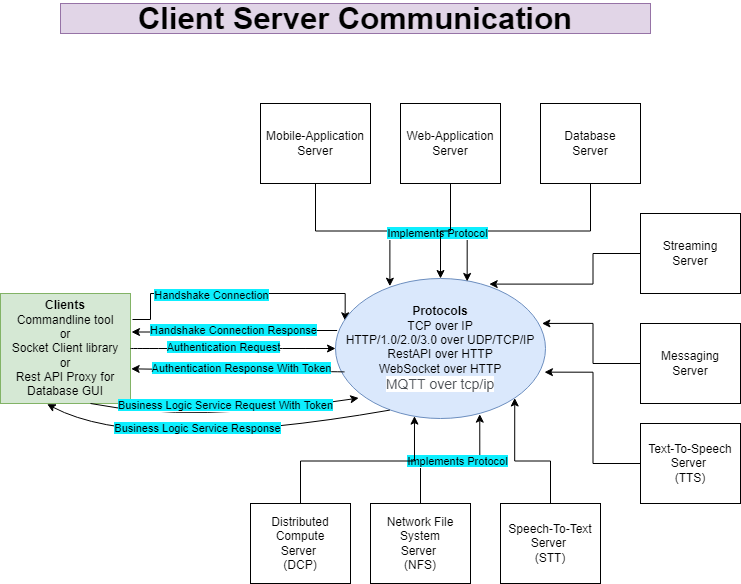
The draw.io diagram ClientServerCommunication.drawio.png in rishant/system-design-architecture, before a commit. Source tidied: cells renumbered, new cells last; positions are measured from the earlier drawing's top-left corner, leaving out a move shared by most shapes. Source of this version:
```xml
<mxGraphModel>
  <root>
    <mxCell id="0" />
    <mxCell id="1" parent="0" />
    <mxCell id="2" style="edgeStyle=orthogonalEdgeStyle;rounded=0;jettySize=auto;html=1;entryX=0.046;entryY=0.302;entryDx=0;entryDy=0;entryPerimeter=0;" parent="1" edge="1" target="7">
      <mxGeometry relative="1" as="geometry">
        <mxPoint x="132" y="316" as="sourcePoint" />
        <Array as="points">
          <mxPoint x="150" y="316" />
          <mxPoint x="150" y="290" />
          <mxPoint x="345" y="290" />
        </Array>
      </mxGeometry>
    </mxCell>
    <mxCell id="3" value="&lt;span style=&quot;background-color: rgb(13 , 239 , 255)&quot;&gt;Handshake Connection&lt;/span&gt;" style="edgeLabel;html=1;align=center;verticalAlign=middle;" parent="2" vertex="1">
      <mxGeometry x="-0.35" y="-1" relative="1" as="geometry">
        <mxPoint x="17" as="offset" />
      </mxGeometry>
    </mxCell>
    <mxCell id="4" value="&lt;b&gt;Clients&lt;/b&gt;&lt;br&gt;Commandline tool&lt;br&gt;or&lt;br&gt;Socket Client library&lt;br&gt;or&lt;br&gt;Rest API Proxy for Database GUI" style="rounded=0;whiteSpace=wrap;html=1;fillColor=#d5e8d4;strokeColor=#82b366;" parent="1" vertex="1">
      <mxGeometry y="290" width="130" height="110" as="geometry" />
    </mxCell>
    <mxCell id="5" style="edgeStyle=orthogonalEdgeStyle;rounded=0;orthogonalLoop=1;jettySize=auto;html=1;entryX=1;entryY=0.75;entryDx=0;entryDy=0;exitX=0.003;exitY=0.38;exitDx=0;exitDy=0;exitPerimeter=0;" parent="1" edge="1">
      <mxGeometry relative="1" as="geometry">
        <mxPoint x="336.6" y="327" as="sourcePoint" />
        <mxPoint x="131" y="328.5" as="targetPoint" />
        <Array as="points">
          <mxPoint x="201" y="327" />
          <mxPoint x="201" y="329" />
        </Array>
      </mxGeometry>
    </mxCell>
    <mxCell id="6" value="&lt;span style=&quot;background-color: rgb(13 , 239 , 255)&quot;&gt;Handshake Connection Response&lt;/span&gt;" style="edgeLabel;html=1;align=center;verticalAlign=middle;" parent="5" vertex="1">
      <mxGeometry x="0.29" y="-1" relative="1" as="geometry">
        <mxPoint x="29" as="offset" />
      </mxGeometry>
    </mxCell>
    <mxCell id="7" value="&lt;span&gt;&lt;b&gt;Protocols&lt;/b&gt;&lt;/span&gt;&lt;br&gt;&lt;span&gt;TCP over IP&lt;/span&gt;&lt;br&gt;&lt;span&gt;HTTP/1.0/2.0/3.0 over UDP/TCP/IP&lt;/span&gt;&lt;br&gt;&lt;span&gt;RestAPI over HTTP&lt;br&gt;WebSocket over HTTP&lt;br&gt;&lt;/span&gt;&lt;span style=&quot;color: rgb(77 , 81 , 86) ; font-family: &amp;#34;arial&amp;#34; , sans-serif ; font-size: 14px ; text-align: left ; background-color: rgb(255 , 255 , 255)&quot;&gt;MQTT over tcp/ip&lt;/span&gt;&lt;span&gt;&lt;br&gt;&lt;/span&gt;" style="ellipse;whiteSpace=wrap;html=1;fillColor=#dae8fc;strokeColor=#6c8ebf;" parent="1" vertex="1">
      <mxGeometry x="335" y="275" width="210" height="140" as="geometry" />
    </mxCell>
    <mxCell id="8" style="edgeStyle=orthogonalEdgeStyle;rounded=0;jettySize=auto;html=1;entryX=0.627;entryY=0.021;entryDx=0;entryDy=0;entryPerimeter=0;" parent="1" edge="1" source="9" target="7">
      <mxGeometry relative="1" as="geometry" />
    </mxCell>
    <mxCell id="9" value="Database&lt;br&gt;Server" style="rounded=0;whiteSpace=wrap;html=1;" parent="1" vertex="1">
      <mxGeometry x="540" y="100" width="100" height="80" as="geometry" />
    </mxCell>
    <mxCell id="10" style="edgeStyle=orthogonalEdgeStyle;rounded=0;jettySize=auto;html=1;entryX=0.259;entryY=0.055;entryDx=0;entryDy=0;entryPerimeter=0;" parent="1" edge="1" source="12" target="7">
      <mxGeometry relative="1" as="geometry" />
    </mxCell>
    <mxCell id="11" value="&lt;span style=&quot;background-color: rgb(13 , 239 , 255)&quot;&gt;Implements Protocol&lt;/span&gt;" style="edgeLabel;html=1;align=center;verticalAlign=middle;" parent="10" vertex="1">
      <mxGeometry x="0.1" y="-2" relative="1" as="geometry">
        <mxPoint x="72" as="offset" />
      </mxGeometry>
    </mxCell>
    <mxCell id="12" value="Mobile-Application&lt;br&gt;Server" style="rounded=0;whiteSpace=wrap;html=1;" parent="1" vertex="1">
      <mxGeometry x="260" y="100" width="110" height="80" as="geometry" />
    </mxCell>
    <mxCell id="13" style="edgeStyle=orthogonalEdgeStyle;rounded=0;jettySize=auto;html=1;entryX=0.732;entryY=0.04;entryDx=0;entryDy=0;entryPerimeter=0;" parent="1" edge="1" source="14" target="7">
      <mxGeometry relative="1" as="geometry" />
    </mxCell>
    <mxCell id="14" value="Streaming&lt;br&gt;Server" style="rounded=0;whiteSpace=wrap;html=1;" parent="1" vertex="1">
      <mxGeometry x="640" y="210" width="100" height="80" as="geometry" />
    </mxCell>
    <mxCell id="15" style="edgeStyle=orthogonalEdgeStyle;rounded=0;jettySize=auto;html=1;entryX=0.983;entryY=0.321;entryDx=0;entryDy=0;entryPerimeter=0;" parent="1" edge="1" source="16" target="7">
      <mxGeometry relative="1" as="geometry" />
    </mxCell>
    <mxCell id="16" value="Messaging&lt;br&gt;Server" style="rounded=0;whiteSpace=wrap;html=1;" parent="1" vertex="1">
      <mxGeometry x="640" y="320" width="100" height="80" as="geometry" />
    </mxCell>
    <mxCell id="17" style="edgeStyle=orthogonalEdgeStyle;rounded=0;jettySize=auto;html=1;entryX=0.995;entryY=0.669;entryDx=0;entryDy=0;entryPerimeter=0;" parent="1" edge="1" source="18" target="7">
      <mxGeometry relative="1" as="geometry" />
    </mxCell>
    <mxCell id="18" value="Text-To-Speech&lt;br&gt;Server &lt;br&gt;(TTS)" style="rounded=0;whiteSpace=wrap;html=1;" parent="1" vertex="1">
      <mxGeometry x="640" y="420" width="100" height="80" as="geometry" />
    </mxCell>
    <mxCell id="19" style="edgeStyle=orthogonalEdgeStyle;rounded=0;jettySize=auto;html=1;entryX=1;entryY=1;entryDx=0;entryDy=0;" parent="1" edge="1" source="20" target="7">
      <mxGeometry relative="1" as="geometry" />
    </mxCell>
    <mxCell id="20" value="Speech-To-Text&lt;br&gt;Server &lt;br&gt;(STT)" style="rounded=0;whiteSpace=wrap;html=1;" parent="1" vertex="1">
      <mxGeometry x="500" y="500" width="100" height="80" as="geometry" />
    </mxCell>
    <mxCell id="21" style="edgeStyle=orthogonalEdgeStyle;rounded=0;jettySize=auto;html=1;" parent="1" edge="1" source="22" target="7">
      <mxGeometry relative="1" as="geometry" />
    </mxCell>
    <mxCell id="22" value="Web-Application&lt;br&gt;Server" style="rounded=0;whiteSpace=wrap;html=1;" parent="1" vertex="1">
      <mxGeometry x="400" y="100" width="100" height="80" as="geometry" />
    </mxCell>
    <mxCell id="23" style="edgeStyle=orthogonalEdgeStyle;rounded=0;jettySize=auto;html=1;entryX=0.687;entryY=0.969;entryDx=0;entryDy=0;entryPerimeter=0;" parent="1" edge="1" source="26" target="7">
      <mxGeometry relative="1" as="geometry" />
    </mxCell>
    <mxCell id="24" value="&lt;span style=&quot;color: rgba(0 , 0 , 0 , 0) ; font-family: monospace ; font-size: 0px ; background-color: rgb(248 , 249 , 250)&quot;&gt;%3CmxGraphModel%3E%3Croot%3E%3CmxCell%20id%3D%220%22%2F%3E%3CmxCell%20id%3D%221%22%20parent%3D%220%22%2F%3E%3CmxCell%20id%3D%222%22%20value%3D%22Implements%20Protocol%22%20style%3D%22edgeLabel%3Bhtml%3D1%3Balign%3Dcenter%3BverticalAlign%3Dmiddle%3Bresizable%3D0%3Bpoints%3D%5B%5D%3B%22%20vertex%3D%221%22%20connectable%3D%220%22%20parent%3D%221%22%3E%3CmxGeometry%20x%3D%22374.5%22%20y%3D%2259.5%22%20as%3D%22geometry%22%2F%3E%3C%2FmxCell%3E%3C%2Froot%3E%3C%2FmxGraphModel%3&lt;/span&gt;&lt;span style=&quot;color: rgba(0 , 0 , 0 , 0) ; font-family: monospace ; font-size: 0px ; background-color: rgb(248 , 249 , 250)&quot;&gt;%3CmxGraphModel%3E%3Croot%3E%3CmxCell%20id%3D%220%22%2F%3E%3CmxCell%20id%3D%221%22%20parent%3D%220%22%2F%3E%3CmxCell%20id%3D%222%22%20value%3D%22Implements%20Protocol%22%20style%3D%22edgeLabel%3Bhtml%3D1%3Balign%3Dcenter%3BverticalAlign%3Dmiddle%3Bresizable%3D0%3Bpoints%3D%5B%5D%3B%22%20vertex%3D%221%22%20connectable%3D%220%22%20parent%3D%221%22%3E%3CmxGeometry%20x%3D%22374.5%22%20y%3D%2259.5%22%20as%3D%22geometry%22%2F%3E%3C%2FmxCell%3E%3C%2Froot%3E%3C%2FmxGraphModel%3E&lt;/span&gt;" style="edgeLabel;html=1;align=center;verticalAlign=middle;" parent="23" vertex="1">
      <mxGeometry x="-0.55" y="-1" relative="1" as="geometry" />
    </mxCell>
    <mxCell id="25" value="&lt;span style=&quot;background-color: rgb(13 , 239 , 255)&quot;&gt;Implements Protocol&lt;/span&gt;" style="edgeLabel;html=1;align=center;verticalAlign=middle;" parent="23" vertex="1">
      <mxGeometry x="-0.5" relative="1" as="geometry">
        <mxPoint x="36" y="-6" as="offset" />
      </mxGeometry>
    </mxCell>
    <mxCell id="26" value="Network File System&lt;br&gt;Server &lt;br&gt;(NFS)" style="rounded=0;whiteSpace=wrap;html=1;" parent="1" vertex="1">
      <mxGeometry x="370" y="500" width="100" height="80" as="geometry" />
    </mxCell>
    <mxCell id="27" style="edgeStyle=orthogonalEdgeStyle;rounded=0;jettySize=auto;html=1;entryX=0.376;entryY=0.983;entryDx=0;entryDy=0;entryPerimeter=0;" parent="1" edge="1" source="28" target="7">
      <mxGeometry relative="1" as="geometry" />
    </mxCell>
    <mxCell id="28" value="Distributed Compute&lt;br&gt;Server &lt;br&gt;(DCP)" style="rounded=0;whiteSpace=wrap;html=1;" parent="1" vertex="1">
      <mxGeometry x="250" y="500" width="100" height="80" as="geometry" />
    </mxCell>
    <mxCell id="29" style="curved=1;endArrow=classic;html=1;rounded=0;exitX=1;exitY=0.5;exitDx=0;exitDy=0;entryX=0;entryY=0.5;entryDx=0;entryDy=0;" parent="1" edge="1" source="4" target="7">
      <mxGeometry relative="1" as="geometry" />
    </mxCell>
    <mxCell id="30" value="&lt;span style=&quot;background-color: rgb(13 , 239 , 255)&quot;&gt;Authentication Request&lt;/span&gt;" style="edgeLabel;html=1;align=center;verticalAlign=middle;" parent="29" vertex="1">
      <mxGeometry x="-0.28" y="-1" relative="1" as="geometry">
        <mxPoint x="18" y="-3" as="offset" />
      </mxGeometry>
    </mxCell>
    <mxCell id="31" style="curved=1;endArrow=classic;html=1;rounded=0;exitX=0.043;exitY=0.717;exitDx=0;exitDy=0;exitPerimeter=0;entryX=1.005;entryY=0.685;entryDx=0;entryDy=0;entryPerimeter=0;" parent="1" edge="1" target="4">
      <mxGeometry relative="1" as="geometry">
        <mxPoint x="344" y="368.4" as="sourcePoint" />
      </mxGeometry>
    </mxCell>
    <mxCell id="32" value="&lt;span style=&quot;background-color: rgb(13 , 239 , 255)&quot;&gt;Authentication Response With Token&lt;/span&gt;" style="edgeLabel;html=1;align=center;verticalAlign=middle;" parent="31" vertex="1">
      <mxGeometry x="0.06" y="-8" relative="1" as="geometry">
        <mxPoint x="10" y="6" as="offset" />
      </mxGeometry>
    </mxCell>
    <mxCell id="33" style="curved=1;endArrow=classic;html=1;rounded=0;exitX=0.75;exitY=1;exitDx=0;exitDy=0;entryX=0;entryY=1;entryDx=0;entryDy=0;" parent="1" edge="1">
      <mxGeometry relative="1" as="geometry">
        <mxPoint x="90" y="400" as="sourcePoint" />
        <mxPoint x="358.3" y="394.5" as="targetPoint" />
        <Array as="points">
          <mxPoint x="192.5" y="420" />
        </Array>
      </mxGeometry>
    </mxCell>
    <mxCell id="34" value="&lt;span style=&quot;background-color: rgb(13 , 239 , 255)&quot;&gt;Business Logic Service Request With Token&lt;/span&gt;" style="edgeLabel;html=1;align=center;verticalAlign=middle;" parent="33" vertex="1">
      <mxGeometry x="-0.33" y="11" relative="1" as="geometry">
        <mxPoint x="43" y="-5" as="offset" />
      </mxGeometry>
    </mxCell>
    <mxCell id="35" style="curved=1;endArrow=classic;html=1;rounded=0;exitX=0.259;exitY=0.94;exitDx=0;exitDy=0;exitPerimeter=0;entryX=0.359;entryY=1.006;entryDx=0;entryDy=0;entryPerimeter=0;" parent="1" edge="1" source="7" target="4">
      <mxGeometry relative="1" as="geometry">
        <Array as="points">
          <mxPoint x="140" y="450" />
        </Array>
      </mxGeometry>
    </mxCell>
    <mxCell id="36" value="&lt;span style=&quot;background-color: rgb(13 , 239 , 255)&quot;&gt;Business Logic Service Response&lt;/span&gt;" style="edgeLabel;html=1;align=center;verticalAlign=middle;" parent="35" vertex="1">
      <mxGeometry x="0.21" y="-14" relative="1" as="geometry">
        <mxPoint x="23" y="-6" as="offset" />
      </mxGeometry>
    </mxCell>
    <mxCell id="37" value="&lt;font size=&quot;1&quot;&gt;&lt;b style=&quot;font-size: 31px&quot;&gt;Client Server Communication&lt;/b&gt;&lt;/font&gt;" style="text;html=1;strokeColor=#9673a6;fillColor=#e1d5e7;align=center;verticalAlign=middle;whiteSpace=wrap;rounded=0;" parent="1" vertex="1">
      <mxGeometry x="60" width="590" height="30" as="geometry" />
    </mxCell>
  </root>
</mxGraphModel>
```
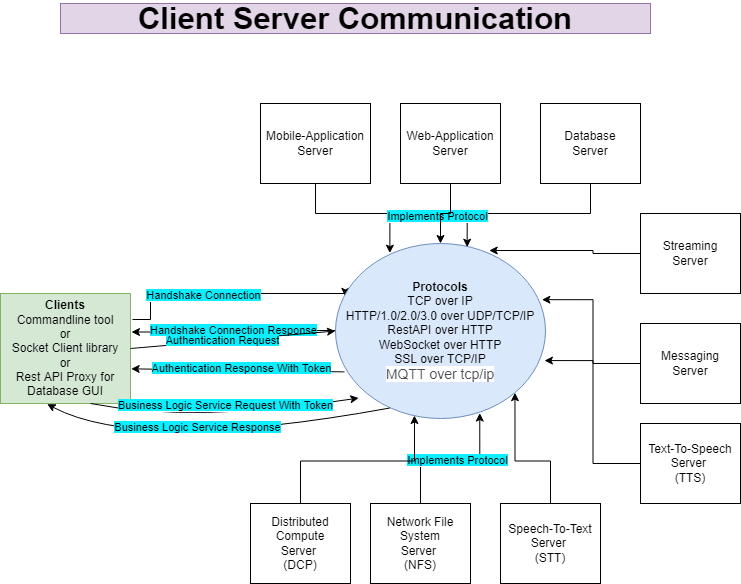
The same file after the commit.

What changed in the source:
```diff
@@ -35,8 +35,8 @@
         <mxPoint x="29" as="offset" />
       </mxGeometry>
     </mxCell>
-    <mxCell id="7" value="&lt;span&gt;&lt;b&gt;Protocols&lt;/b&gt;&lt;/span&gt;&lt;br&gt;&lt;span&gt;TCP over IP&lt;/span&gt;&lt;br&gt;&lt;span&gt;HTTP/1.0/2.0/3.0 over UDP/TCP/IP&lt;/span&gt;&lt;br&gt;&lt;span&gt;RestAPI over HTTP&lt;br&gt;WebSocket over HTTP&lt;br&gt;&lt;/span&gt;&lt;span style=&quot;color: rgb(77 , 81 , 86) ; font-family: &amp;#34;arial&amp;#34; , sans-serif ; font-size: 14px ; text-align: left ; background-color: rgb(255 , 255 , 255)&quot;&gt;MQTT over tcp/ip&lt;/span&gt;&lt;span&gt;&lt;br&gt;&lt;/span&gt;" style="ellipse;whiteSpace=wrap;html=1;fillColor=#dae8fc;strokeColor=#6c8ebf;" parent="1" vertex="1">
-      <mxGeometry x="335" y="275" width="210" height="140" as="geometry" />
+    <mxCell id="7" value="&lt;span&gt;&lt;b&gt;Protocols&lt;/b&gt;&lt;/span&gt;&lt;br&gt;&lt;span&gt;TCP over IP&lt;/span&gt;&lt;br&gt;&lt;span&gt;HTTP/1.0/2.0/3.0 over UDP/TCP/IP&lt;/span&gt;&lt;br&gt;&lt;span&gt;RestAPI over HTTP&lt;br&gt;WebSocket over HTTP&lt;br&gt;SSL over TCP/IP&lt;br&gt;&lt;/span&gt;&lt;span style=&quot;color: rgb(77 , 81 , 86) ; font-family: &amp;#34;arial&amp;#34; , sans-serif ; font-size: 14px ; text-align: left ; background-color: rgb(255 , 255 , 255)&quot;&gt;MQTT over tcp/ip&lt;/span&gt;&lt;span&gt;&lt;br&gt;&lt;/span&gt;" style="ellipse;whiteSpace=wrap;html=1;fillColor=#dae8fc;strokeColor=#6c8ebf;" parent="1" vertex="1">
+      <mxGeometry x="335" y="240" width="210" height="175" as="geometry" />
     </mxCell>
     <mxCell id="8" style="edgeStyle=orthogonalEdgeStyle;rounded=0;jettySize=auto;html=1;entryX=0.627;entryY=0.021;entryDx=0;entryDy=0;entryPerimeter=0;" parent="1" edge="1" source="9" target="7">
       <mxGeometry relative="1" as="geometry" />
```
